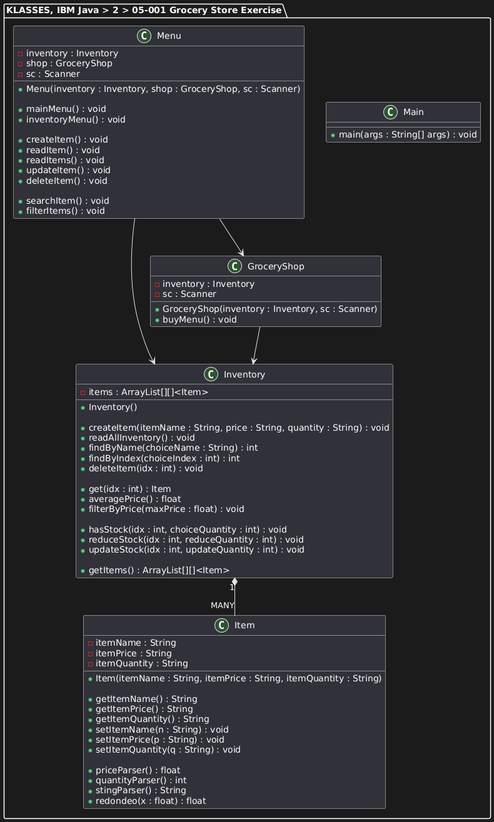
Above: exercise/05-001_klasses_all.png in alexandrglm/IBM_Java_Certification_EXERCISE_02-05-001 (PlantUML), before the change.
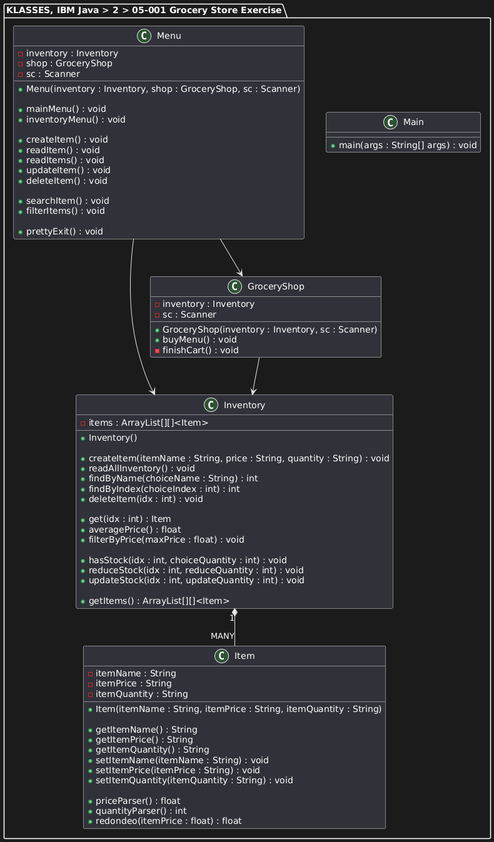
After the change.

Commit message:
Update Klasses, methods (finishCart, ...), others fixes

Diff of the diagram source:
```diff
@@ -12,14 +12,13 @@
         + getItemName() : String
         + getItemPrice() : String
         + getItemQuantity() : String
-        + setItemName(n : String) : void
-        + setItemPrice(p : String) : void
-        + setItemQuantity(q : String) : void
+        + setItemName(itemName : String) : void
+        + setItemPrice(itemPrice : String) : void
+        + setItemQuantity(itemQuantity : String) : void
 
         + priceParser() : float
         + quantityParser() : int
-        + stingParser() : String
-        + redondeo(x : float) : float
+        + redondeo(itemPrice : float) : float
     }
 
     class Inventory {
@@ -52,6 +51,7 @@
 
         + GroceryShop(inventory : Inventory, sc : Scanner)
         + buyMenu() : void
+        - finishCart() : void
     }
 
     class Menu {
@@ -73,6 +73,8 @@
 
         + searchItem() : void
         + filterItems() : void
+
+        + prettyExit() : void
     }
 
 
```
